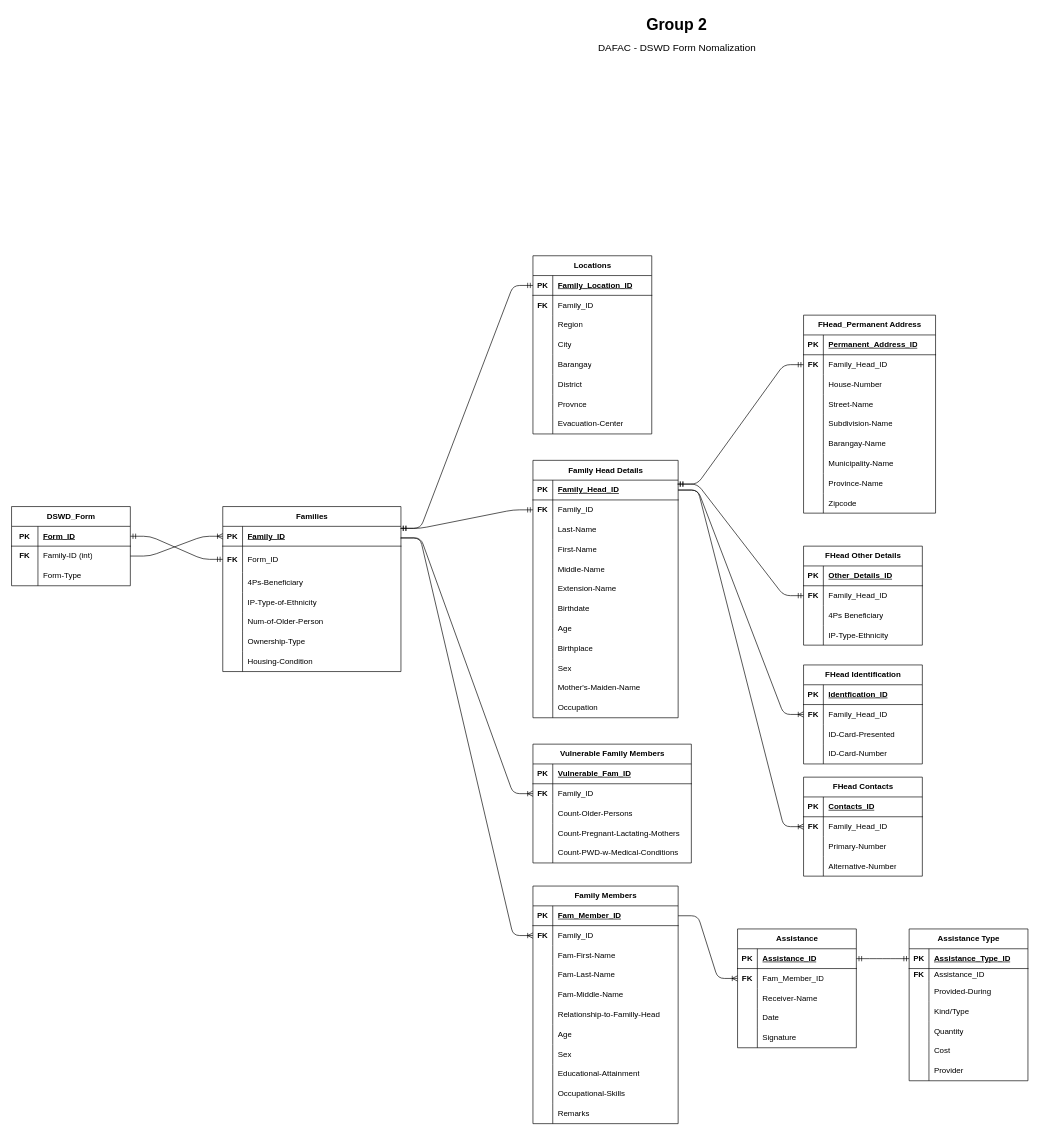
Above: DSWDForm.drawio in Lanxxxe/Apartment-Watch (draw.io), before the change. Source tidied: cells renumbered, new cells numbered last; positions are measured from the earlier drawing's top-left corner, leaving out a move shared by most shapes. Both pictures are drawn from the tidied source at 66%, with x=0, y=0 at pixel (11, 11).
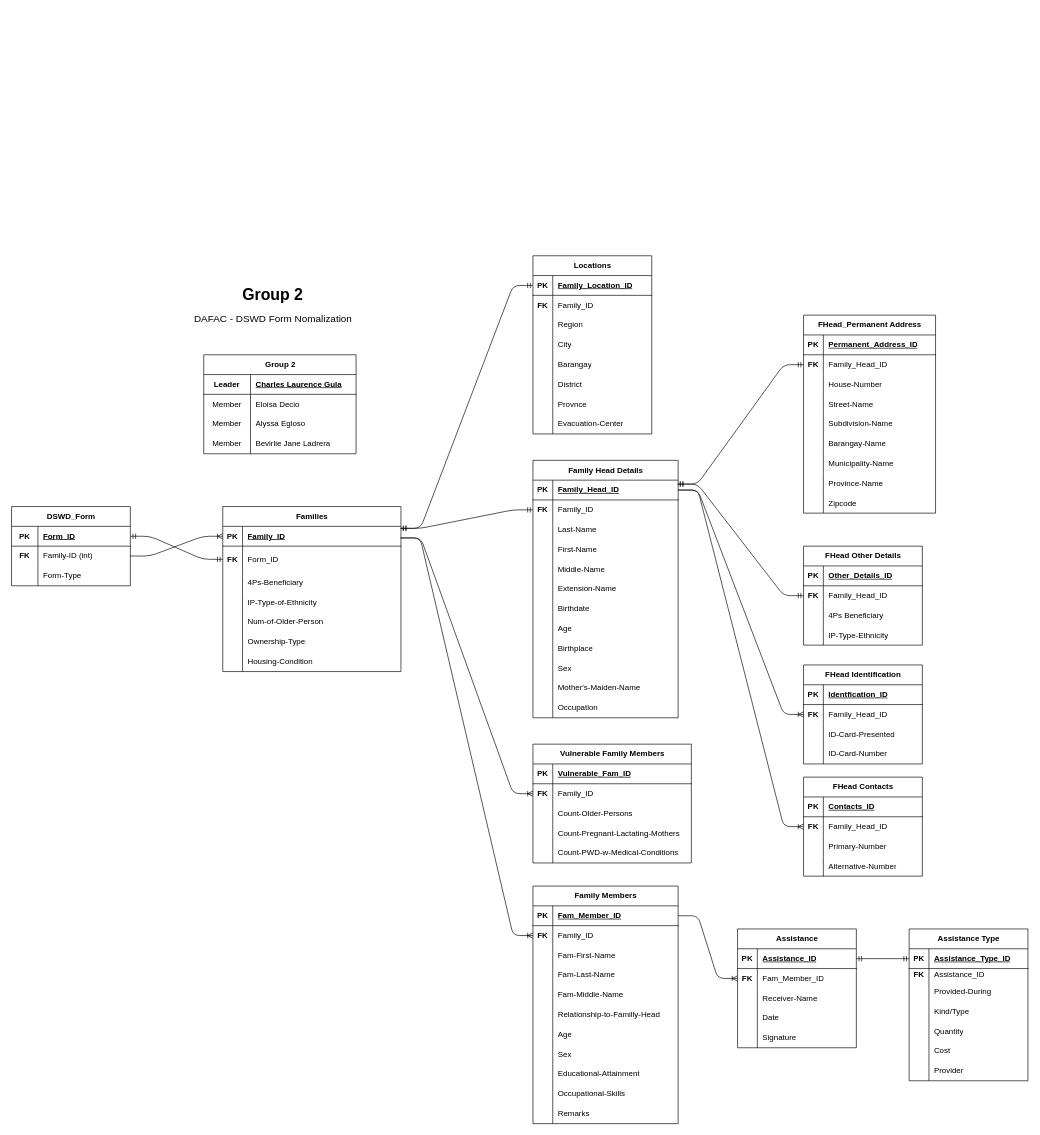
The same page after the edit.

Change to the diagram source:
```diff
@@
     <mxCell id="2" value="&lt;font style=&quot;font-size: 24px;&quot;&gt;&lt;b&gt;Group 2&lt;/b&gt;&lt;/font&gt;" style="text;html=1;align=center;verticalAlign=middle;whiteSpace=wrap;rounded=0;" parent="1" vertex="1">
-      <mxGeometry x="943" width="130" height="40" as="geometry" />
+      <mxGeometry x="331.2" y="410" width="130" height="40" as="geometry" />
     </mxCell>
     <mxCell id="3" value="&lt;font style=&quot;font-size: 15px;&quot;&gt;DAFAC - DSWD Form Nomalization&lt;/font&gt;" style="text;html=1;align=center;verticalAlign=middle;whiteSpace=wrap;rounded=0;" parent="1" vertex="1">
-      <mxGeometry x="871.8" y="40" width="272.5" height="30" as="geometry" />
+      <mxGeometry x="260" y="450" width="272.5" height="30" as="geometry" />
     </mxCell>
@@
+    <mxCell id="265" value="Group 2" style="shape=table;startSize=30;childLayout=tableLayout;rowLines=0;fontStyle=1;align=center;html=1;" parent="1" vertex="1">
+      <mxGeometry x="291.2" y="520" width="230.8" height="150" as="geometry" />
+    </mxCell>
+    <mxCell id="266" style="shape=tableRow;horizontal=0;startSize=0;swimlaneHead=0;swimlaneBody=0;fillColor=none;top=0;left=0;right=0;bottom=1;" parent="265" vertex="1">
+      <mxGeometry y="30" width="230.8" height="30" as="geometry" />
+    </mxCell>
+    <mxCell id="267" value="Leader" style="shape=partialRectangle;fillColor=none;top=0;left=0;bottom=0;right=0;fontStyle=1;overflow=hidden;whiteSpace=wrap;html=1;" parent="266" vertex="1">
+      <mxGeometry width="70.8" height="30" as="geometry" />
+    </mxCell>
+    <mxCell id="268" value="Charles Laurence Gula" style="shape=partialRectangle;fillColor=none;top=0;left=0;bottom=0;right=0;align=left;spacingLeft=6;fontStyle=5;overflow=hidden;whiteSpace=wrap;html=1;" parent="266" vertex="1">
+      <mxGeometry x="70.8" width="160" height="30" as="geometry" />
+    </mxCell>
+    <mxCell id="269" style="shape=tableRow;horizontal=0;startSize=0;swimlaneHead=0;swimlaneBody=0;fillColor=none;top=0;left=0;right=0;bottom=0;" parent="265" vertex="1">
+      <mxGeometry y="60" width="230.8" height="30" as="geometry" />
+    </mxCell>
+    <mxCell id="270" value="Member" style="shape=partialRectangle;fillColor=none;top=0;left=0;bottom=0;right=0;overflow=hidden;whiteSpace=wrap;html=1;" parent="269" vertex="1">
+      <mxGeometry width="70.8" height="30" as="geometry" />
+    </mxCell>
+    <mxCell id="271" value="Eloisa Decio" style="shape=partialRectangle;fillColor=none;top=0;left=0;bottom=0;right=0;align=left;spacingLeft=6;overflow=hidden;whiteSpace=wrap;html=1;" parent="269" vertex="1">
+      <mxGeometry x="70.8" width="160" height="30" as="geometry" />
+    </mxCell>
+    <mxCell id="272" style="shape=tableRow;horizontal=0;startSize=0;swimlaneHead=0;swimlaneBody=0;fillColor=none;top=0;left=0;right=0;bottom=0;" parent="265" vertex="1">
+      <mxGeometry y="90" width="230.8" height="30" as="geometry" />
+    </mxCell>
+    <mxCell id="273" value="&lt;span style=&quot;color: rgb(0, 0, 0); font-family: Helvetica; font-size: 12px; font-style: normal; font-variant-ligatures: normal; font-variant-caps: normal; font-weight: 400; letter-spacing: normal; orphans: 2; text-align: center; text-indent: 0px; text-transform: none; widows: 2; word-spacing: 0px; -webkit-text-stroke-width: 0px; white-space: normal; background-color: rgb(251, 251, 251); text-decoration-thickness: initial; text-decoration-style: initial; text-decoration-color: initial; display: inline !important; float: none;&quot;&gt;Member&lt;/span&gt;" style="shape=partialRectangle;fillColor=none;top=0;left=0;bottom=0;right=0;overflow=hidden;whiteSpace=wrap;html=1;" parent="272" vertex="1">
+      <mxGeometry width="70.8" height="30" as="geometry" />
+    </mxCell>
+    <mxCell id="274" value="Alyssa Egloso" style="shape=partialRectangle;fillColor=none;top=0;left=0;bottom=0;right=0;align=left;spacingLeft=6;overflow=hidden;whiteSpace=wrap;html=1;" parent="272" vertex="1">
+      <mxGeometry x="70.8" width="160" height="30" as="geometry" />
+    </mxCell>
+    <mxCell id="275" style="shape=tableRow;horizontal=0;startSize=0;swimlaneHead=0;swimlaneBody=0;fillColor=none;top=0;left=0;right=0;bottom=0;" parent="265" vertex="1">
+      <mxGeometry y="120" width="230.8" height="30" as="geometry" />
+    </mxCell>
+    <mxCell id="276" value="Member" style="shape=partialRectangle;fillColor=none;top=0;left=0;bottom=0;right=0;overflow=hidden;whiteSpace=wrap;html=1;" parent="275" vertex="1">
+      <mxGeometry width="70.8" height="30" as="geometry" />
+    </mxCell>
+    <mxCell id="277" value="Bevirlie Jane Ladrera" style="shape=partialRectangle;fillColor=none;top=0;left=0;bottom=0;right=0;align=left;spacingLeft=6;overflow=hidden;whiteSpace=wrap;html=1;" parent="275" vertex="1">
+      <mxGeometry x="70.8" width="160" height="30" as="geometry" />
+    </mxCell>
```
